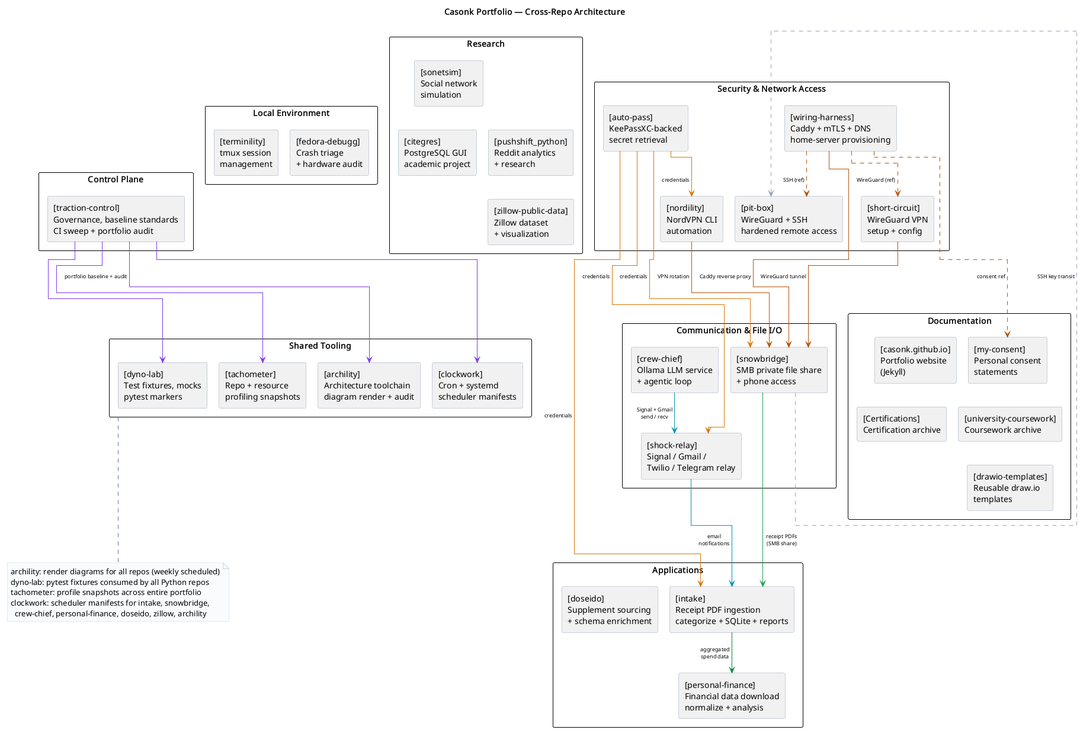
This is docs/diagrams/portfolio-architecture.puml.png from casonk/traction-control, a PlantUML export, as it was before one commit.
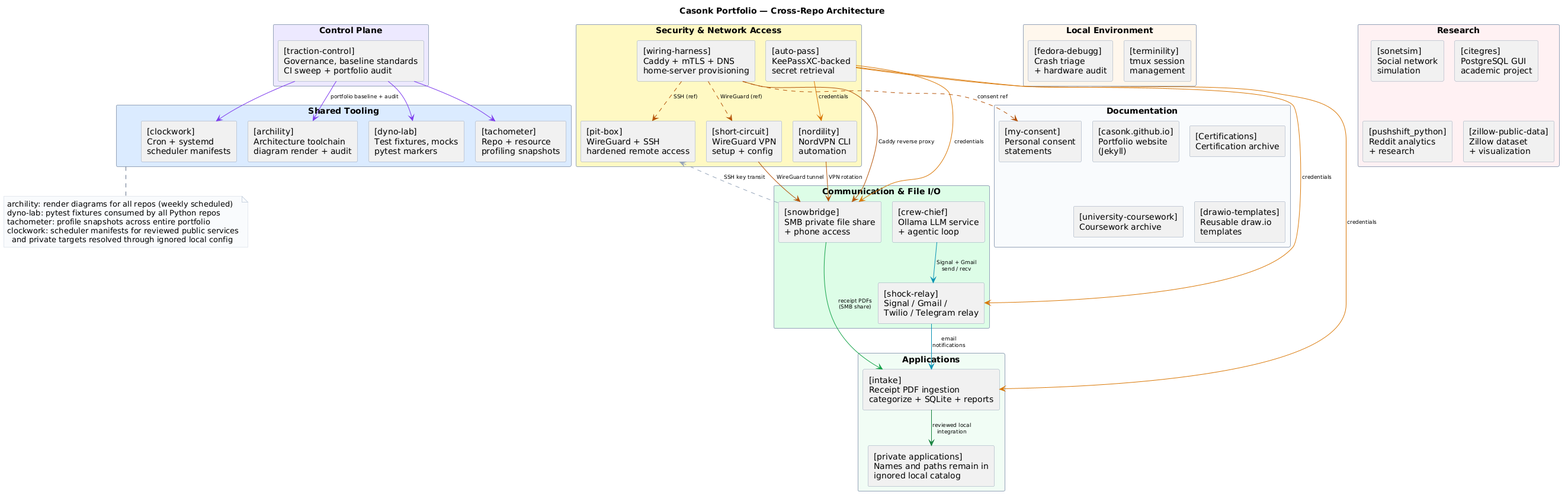
The same diagram one commit later.

What changed in the source:
```diff
@@ -1,5 +1,5 @@
 @startuml portfolio-architecture
-!pragma layout elk
+!pragma layout smetana
 title Casonk Portfolio — Cross-Repo Architecture
 
 skinparam shadowing false
@@ -28,8 +28,8 @@
   archility: render diagrams for all repos (weekly scheduled)
   dyno-lab: pytest fixtures consumed by all Python repos
   tachometer: profile snapshots across entire portfolio
-  clockwork: scheduler manifests for intake, snowbridge,
-    crew-chief, personal-finance, doseido, zillow, archility
+  clockwork: scheduler manifests for reviewed public services
+    and private targets resolved through ignored local config
 end note
 
 package "Security & Network Access" as NET #FEF9C3 {
@@ -48,8 +48,7 @@
 
 package "Applications" as APPS #F0FDF4 {
   component "[intake]\nReceipt PDF ingestion\ncategorize + SQLite + reports" as INTAKE
-  component "[personal-finance]\nFinancial data download\nnormalize + analysis" as PF
-  component "[doseido]\nSupplement sourcing\n+ schema enrichment" as DOSE
+  component "[private applications]\nNames and paths remain in\nignored local catalog" as PRIVATE_APPS
 }
 
 package "Local Environment" as ENV #FFF7ED {
@@ -95,6 +94,6 @@
 WH   -[#B45309,dashed]-> PB      : SSH (ref)
 WH   -[#B45309,dashed]-> CONSENT : consent ref
 
-INTAKE -[#15803D]-> PF : aggregated\nspend data
+INTAKE -[#15803D]-> PRIVATE_APPS : reviewed local\nintegration
 
 @enduml
```
